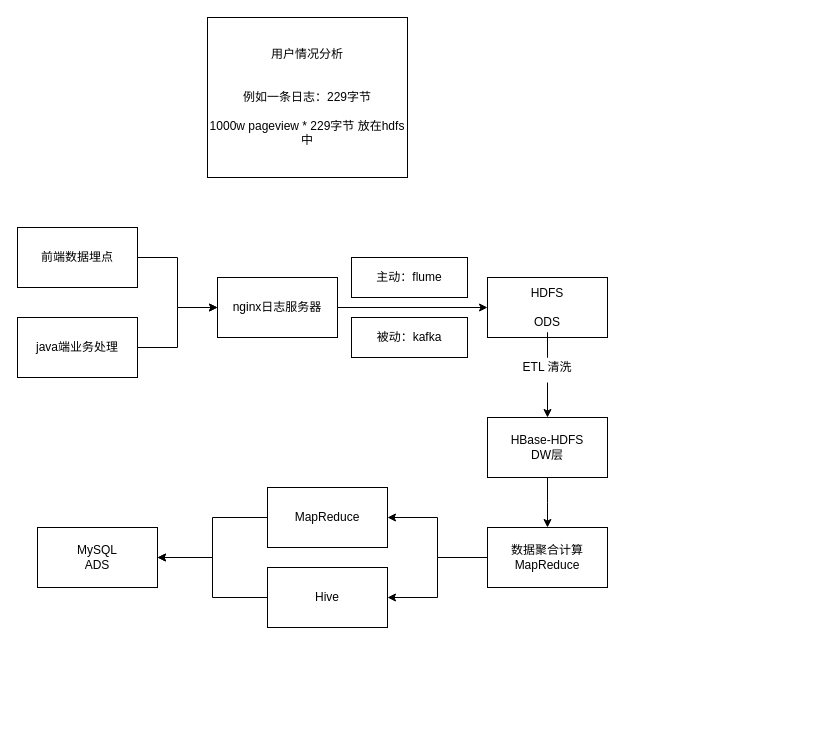
Earlier version of the draw.io diagram 日志分析.drawio (ShortPupil/VPicture). Source tidied: cells renumbered, new cells numbered last; positions are measured from the earlier drawing's top-left corner, leaving out a move shared by most shapes. Both pictures are drawn from the tidied source at 100%, with x=0, y=0 at pixel (17, 17).
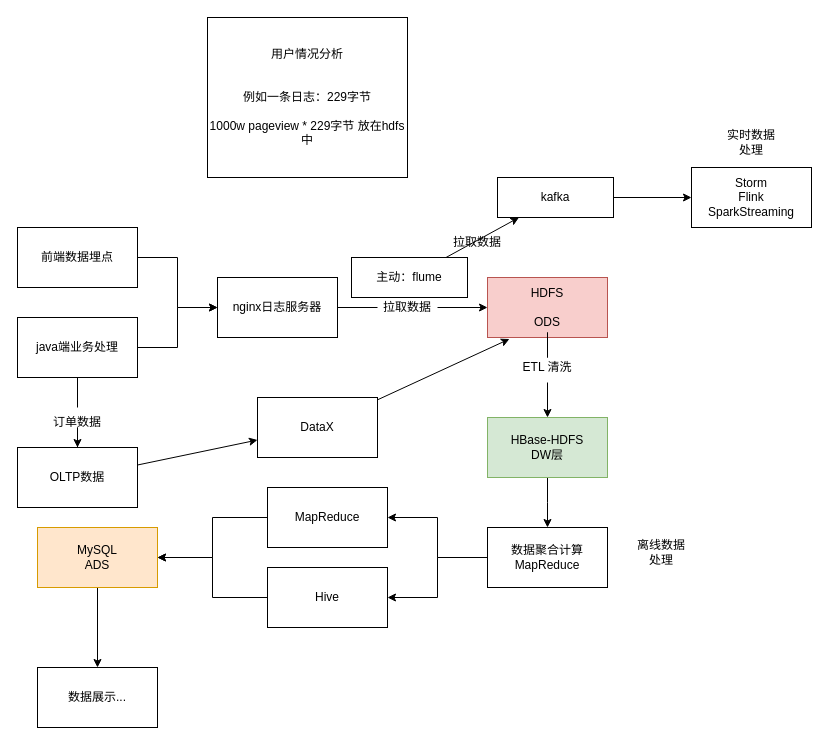
The same diagram, later.

Unchanged cells that the change refers to:
```xml
<mxCell id="5" value="java端业务处理" style="rounded=0;whiteSpace=wrap;html=1;" parent="1" vertex="1">
  <mxGeometry y="300" width="120" height="60" as="geometry" />
</mxCell>
<mxCell id="7" value="nginx日志服务器" style="rounded=0;whiteSpace=wrap;html=1;" parent="1" vertex="1">
  <mxGeometry x="200" y="260" width="120" height="60" as="geometry" />
</mxCell>
<mxCell id="11" value="主动：flume" style="rounded=0;whiteSpace=wrap;html=1;" parent="1" vertex="1">
  <mxGeometry x="334" y="240" width="116" height="40" as="geometry" />
</mxCell>
```

Diff of the diagram source:
```diff
@@
+    <mxCell id="25" style="edgeStyle=orthogonalEdgeStyle;rounded=0;jettySize=auto;html=1;entryX=0.5;entryY=0;entryDx=0;entryDy=0;startArrow=none;" parent="1" edge="1" source="33" target="30">
+      <mxGeometry relative="1" as="geometry" />
+    </mxCell>
@@
-    <mxCell id="6" style="edgeStyle=orthogonalEdgeStyle;rounded=0;jettySize=auto;html=1;" parent="1" edge="1" source="7" target="9">
+    <mxCell id="6" style="edgeStyle=orthogonalEdgeStyle;rounded=0;jettySize=auto;html=1;startArrow=none;" parent="1" edge="1" source="35" target="9">
       <mxGeometry relative="1" as="geometry" />
     </mxCell>
@@
-    <mxCell id="9" value="HDFS&lt;br&gt;&lt;br&gt;ODS" style="rounded=0;whiteSpace=wrap;html=1;" parent="1" vertex="1">
+    <mxCell id="9" value="HDFS&lt;br&gt;&lt;br&gt;ODS" style="rounded=0;whiteSpace=wrap;html=1;fillColor=#f8cecc;strokeColor=#b85450;" parent="1" vertex="1">
       <mxGeometry x="470" y="260" width="120" height="60" as="geometry" />
     </mxCell>
@@
+    <mxCell id="26" style="edgeStyle=none;rounded=0;jettySize=auto;html=1;" parent="1" edge="1" source="11" target="12">
+      <mxGeometry relative="1" as="geometry" />
+    </mxCell>
@@
+    <mxCell id="27" style="edgeStyle=none;rounded=0;jettySize=auto;html=1;" parent="1" edge="1" source="12" target="38">
+      <mxGeometry relative="1" as="geometry" />
+    </mxCell>
-    <mxCell id="12" value="被动：kafka" style="rounded=0;whiteSpace=wrap;html=1;" parent="1" vertex="1">
-      <mxGeometry x="334" y="300" width="116" height="40" as="geometry" />
+    <mxCell id="12" value="kafka" style="rounded=0;whiteSpace=wrap;html=1;" parent="1" vertex="1">
+      <mxGeometry x="480" y="160" width="116" height="40" as="geometry" />
     </mxCell>
@@
-    <mxCell id="14" value="HBase-HDFS&lt;br&gt;DW层" style="rounded=0;whiteSpace=wrap;html=1;" parent="1" vertex="1">
+    <mxCell id="14" value="HBase-HDFS&lt;br&gt;DW层" style="rounded=0;whiteSpace=wrap;html=1;fillColor=#d5e8d4;strokeColor=#82b366;" parent="1" vertex="1">
       <mxGeometry x="470" y="400" width="120" height="60" as="geometry" />
     </mxCell>
@@
+    <mxCell id="28" style="edgeStyle=none;rounded=0;jettySize=auto;html=1;" parent="1" edge="1" source="20" target="42">
+      <mxGeometry relative="1" as="geometry" />
+    </mxCell>
-    <mxCell id="20" value="MySQL&lt;br&gt;ADS" style="whiteSpace=wrap;html=1;rounded=0;" parent="1" vertex="1">
+    <mxCell id="20" value="MySQL&lt;br&gt;ADS" style="whiteSpace=wrap;html=1;rounded=0;fillColor=#ffe6cc;strokeColor=#d79b00;" parent="1" vertex="1">
       <mxGeometry x="20" y="510" width="120" height="60" as="geometry" />
     </mxCell>
@@
+    <mxCell id="29" style="rounded=0;jettySize=auto;html=1;" parent="1" edge="1" source="30" target="32">
+      <mxGeometry relative="1" as="geometry" />
+    </mxCell>
+    <mxCell id="30" value="OLTP数据" style="rounded=0;whiteSpace=wrap;html=1;" parent="1" vertex="1">
+      <mxGeometry y="430" width="120" height="60" as="geometry" />
+    </mxCell>
+    <mxCell id="31" style="rounded=0;jettySize=auto;html=1;entryX=0.183;entryY=1.025;entryDx=0;entryDy=0;entryPerimeter=0;" parent="1" edge="1" source="32" target="9">
+      <mxGeometry relative="1" as="geometry" />
+    </mxCell>
+    <mxCell id="32" value="DataX" style="whiteSpace=wrap;html=1;rounded=0;" parent="1" vertex="1">
+      <mxGeometry x="240" y="380" width="120" height="60" as="geometry" />
+    </mxCell>
+    <mxCell id="33" value="订单数据" style="text;html=1;strokeColor=none;fillColor=none;align=center;verticalAlign=middle;whiteSpace=wrap;rounded=0;" parent="1" vertex="1">
+      <mxGeometry x="30" y="390" width="60" height="30" as="geometry" />
+    </mxCell>
+    <mxCell id="34" style="edgeStyle=orthogonalEdgeStyle;rounded=0;jettySize=auto;html=1;entryX=0.5;entryY=0;entryDx=0;entryDy=0;endArrow=none;" parent="1" edge="1" source="5" target="33">
+      <mxGeometry relative="1" as="geometry" />
+    </mxCell>
+    <mxCell id="35" value="拉取数据" style="text;html=1;strokeColor=none;fillColor=none;align=center;verticalAlign=middle;whiteSpace=wrap;rounded=0;" parent="1" vertex="1">
+      <mxGeometry x="360" y="275" width="60" height="30" as="geometry" />
+    </mxCell>
+    <mxCell id="36" style="edgeStyle=orthogonalEdgeStyle;rounded=0;jettySize=auto;html=1;endArrow=none;" parent="1" edge="1" source="7" target="35">
+      <mxGeometry relative="1" as="geometry" />
+    </mxCell>
+    <mxCell id="37" value="拉取数据" style="text;html=1;strokeColor=none;fillColor=none;align=center;verticalAlign=middle;whiteSpace=wrap;rounded=0;" parent="1" vertex="1">
+      <mxGeometry x="430" y="210" width="60" height="30" as="geometry" />
+    </mxCell>
+    <mxCell id="38" value="Storm&lt;br&gt;Flink&lt;br&gt;SparkStreaming" style="whiteSpace=wrap;html=1;rounded=0;" parent="1" vertex="1">
+      <mxGeometry x="674" y="150" width="120" height="60" as="geometry" />
+    </mxCell>
+    <mxCell id="39" value="实时数据处理" style="text;html=1;strokeColor=none;fillColor=none;align=center;verticalAlign=middle;whiteSpace=wrap;rounded=0;" parent="1" vertex="1">
+      <mxGeometry x="704" y="110" width="60" height="30" as="geometry" />
+    </mxCell>
+    <mxCell id="40" value="离线数据处理" style="text;html=1;strokeColor=none;fillColor=none;align=center;verticalAlign=middle;whiteSpace=wrap;rounded=0;" parent="1" vertex="1">
+      <mxGeometry x="614" y="520" width="60" height="30" as="geometry" />
+    </mxCell>
+    <mxCell id="41" style="edgeStyle=none;rounded=0;orthogonalLoop=1;jettySize=auto;html=1;exitX=0.5;exitY=1;exitDx=0;exitDy=0;" parent="1" edge="1" source="33" target="33">
+      <mxGeometry relative="1" as="geometry" />
+    </mxCell>
+    <mxCell id="42" value="数据展示..." style="whiteSpace=wrap;html=1;rounded=0;" parent="1" vertex="1">
+      <mxGeometry x="20" y="650" width="120" height="60" as="geometry" />
+    </mxCell>
```
